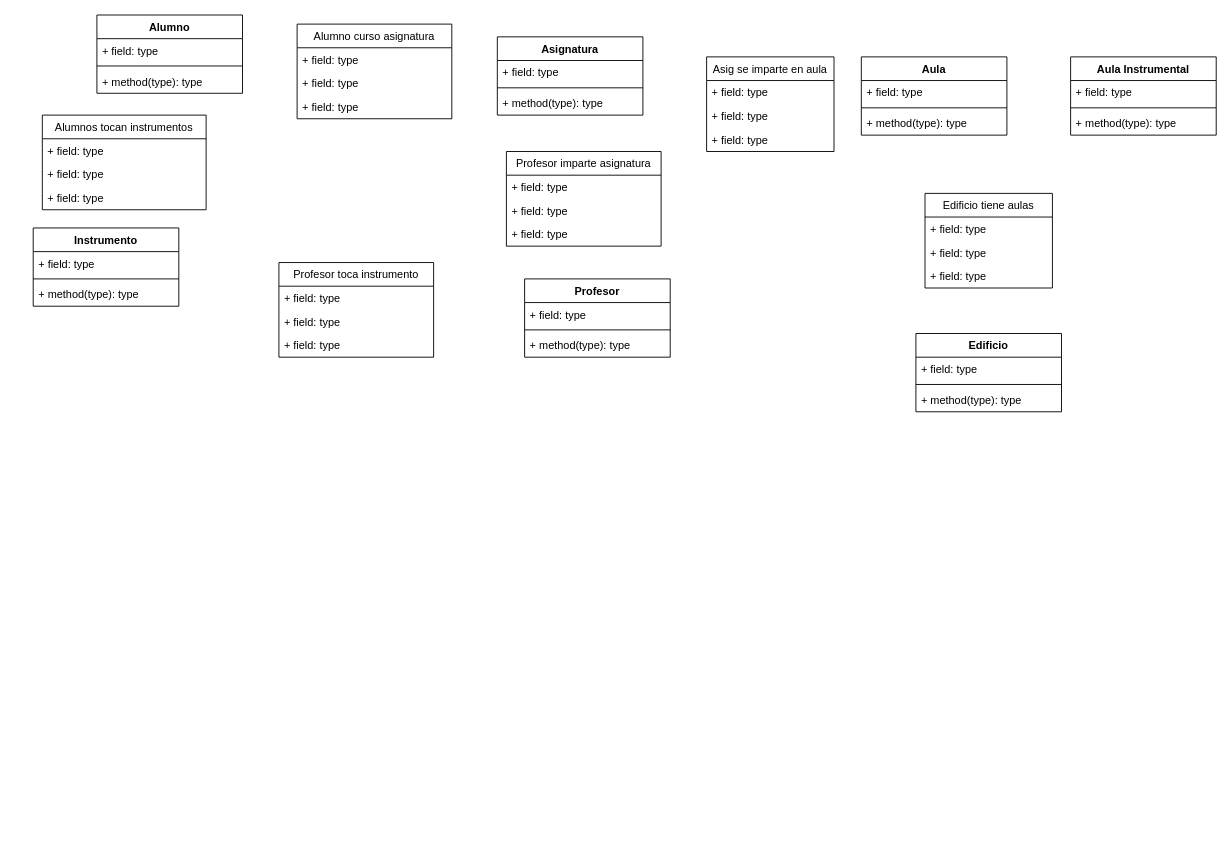
The draw.io diagram diagramas/conservatorio.drawio in Guzmansrz/lenguajeDeMarcas, before the edit. Source tidied: cells renumbered, new cells numbered last; positions are measured from the earlier drawing's top-left corner, leaving out a move shared by most shapes. Both pictures are drawn from the tidied source at 91%, with x=0, y=0 at pixel (33, 15).
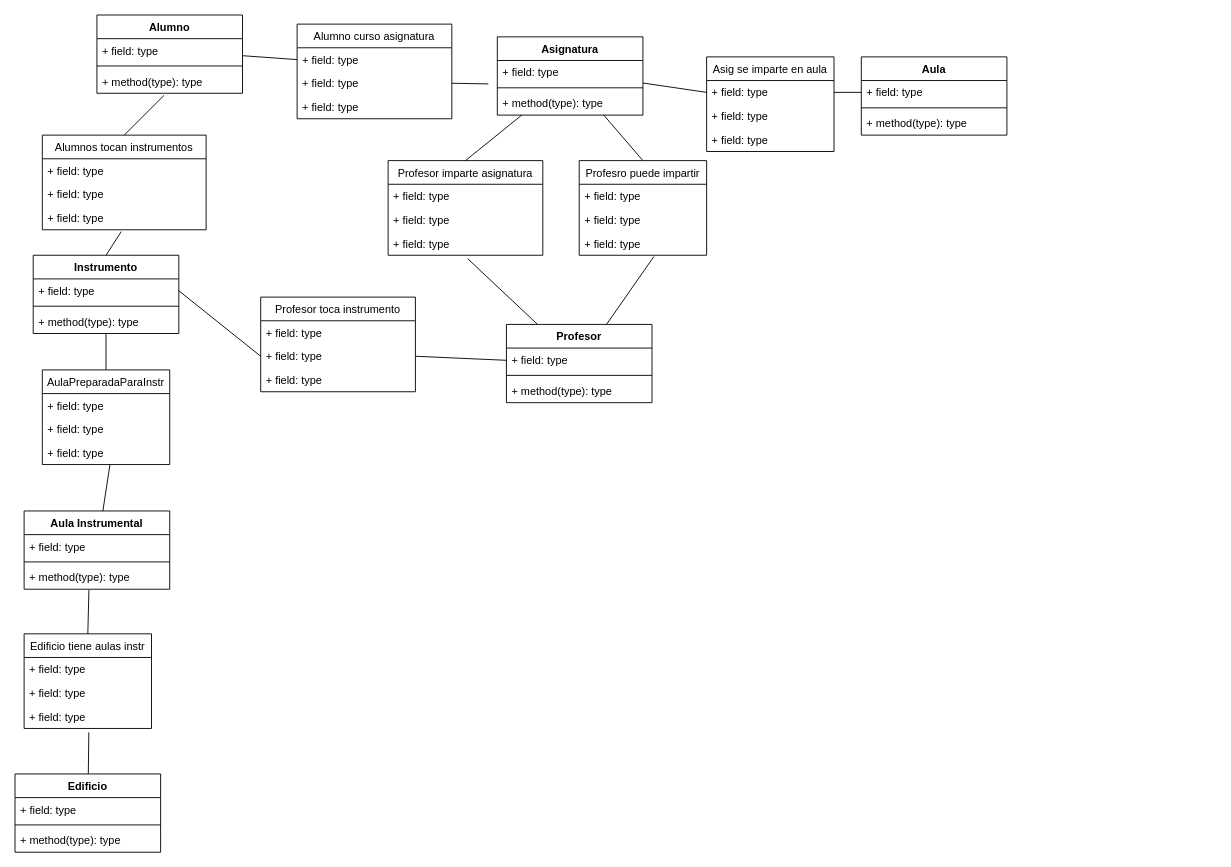
Above is the later version.

The change refers to these unchanged cells:
```xml
<mxCell id="3" value="+ field: type" style="text;strokeColor=none;fillColor=none;align=left;verticalAlign=top;spacingLeft=4;spacingRight=4;overflow=hidden;points=[[0,0.5],[1,0.5]];portConstraint=eastwest;" parent="2" vertex="1">
  <mxGeometry y="26" width="160" height="26" as="geometry" />
</mxCell>
<mxCell id="5" value="+ method(type): type" style="text;strokeColor=none;fillColor=none;align=left;verticalAlign=top;spacingLeft=4;spacingRight=4;overflow=hidden;points=[[0,0.5],[1,0.5]];portConstraint=eastwest;" parent="2" vertex="1">
  <mxGeometry y="60" width="160" height="26" as="geometry" />
</mxCell>
<mxCell id="7" value="+ field: type" style="text;strokeColor=none;fillColor=none;align=left;verticalAlign=top;spacingLeft=4;spacingRight=4;overflow=hidden;points=[[0,0.5],[1,0.5]];portConstraint=eastwest;" parent="6" vertex="1">
  <mxGeometry y="26" width="160" height="26" as="geometry" />
</mxCell>
<mxCell id="10" value="Asignatura" style="swimlane;fontStyle=1;align=center;verticalAlign=top;horizontal=1;startSize=26;" parent="1" vertex="1">
  <mxGeometry x="510" y="24" width="160" height="86" as="geometry" />
</mxCell>
<mxCell id="11" value="+ field: type" style="text;strokeColor=none;fillColor=none;align=left;verticalAlign=top;spacingLeft=4;spacingRight=4;overflow=hidden;points=[[0,0.5],[1,0.5]];portConstraint=eastwest;" parent="10" vertex="1">
  <mxGeometry y="26" width="160" height="26" as="geometry" />
</mxCell>
<mxCell id="19" value="+ field: type" style="text;strokeColor=none;fillColor=none;align=left;verticalAlign=top;spacingLeft=4;spacingRight=4;overflow=hidden;points=[[0,0.5],[1,0.5]];portConstraint=eastwest;" parent="18" vertex="1">
  <mxGeometry y="26" width="160" height="26" as="geometry" />
</mxCell>
<mxCell id="25" value="+ method(type): type" style="text;strokeColor=none;fillColor=none;align=left;verticalAlign=top;spacingLeft=4;spacingRight=4;overflow=hidden;points=[[0,0.5],[1,0.5]];portConstraint=eastwest;" parent="22" vertex="1">
  <mxGeometry y="60" width="160" height="26" as="geometry" />
</mxCell>
<mxCell id="33" value="+ field: type" style="text;strokeColor=none;fillColor=none;align=left;verticalAlign=top;spacingLeft=4;spacingRight=4;overflow=hidden;points=[[0,0.5],[1,0.5]];portConstraint=eastwest;" parent="30" vertex="1">
  <mxGeometry y="78" width="180" height="26" as="geometry" />
</mxCell>
<mxCell id="35" value="+ field: type" style="text;strokeColor=none;fillColor=none;align=left;verticalAlign=top;spacingLeft=4;spacingRight=4;overflow=hidden;points=[[0,0.5],[1,0.5]];portConstraint=eastwest;" parent="34" vertex="1">
  <mxGeometry y="26" width="170" height="26" as="geometry" />
</mxCell>
<mxCell id="36" value="+ field: type" style="text;strokeColor=none;fillColor=none;align=left;verticalAlign=top;spacingLeft=4;spacingRight=4;overflow=hidden;points=[[0,0.5],[1,0.5]];portConstraint=eastwest;" parent="34" vertex="1">
  <mxGeometry y="52" width="170" height="26" as="geometry" />
</mxCell>
<mxCell id="41" value="+ field: type" style="text;strokeColor=none;fillColor=none;align=left;verticalAlign=top;spacingLeft=4;spacingRight=4;overflow=hidden;points=[[0,0.5],[1,0.5]];portConstraint=eastwest;" parent="38" vertex="1">
  <mxGeometry y="78" width="170" height="26" as="geometry" />
</mxCell>
<mxCell id="44" value="+ field: type" style="text;strokeColor=none;fillColor=none;align=left;verticalAlign=top;spacingLeft=4;spacingRight=4;overflow=hidden;points=[[0,0.5],[1,0.5]];portConstraint=eastwest;" parent="42" vertex="1">
  <mxGeometry y="52" width="170" height="26" as="geometry" />
</mxCell>
<mxCell id="47" value="+ field: type" style="text;strokeColor=none;fillColor=none;align=left;verticalAlign=top;spacingLeft=4;spacingRight=4;overflow=hidden;points=[[0,0.5],[1,0.5]];portConstraint=eastwest;" parent="46" vertex="1">
  <mxGeometry y="26" width="140" height="26" as="geometry" />
</mxCell>
<mxCell id="53" value="+ field: type" style="text;strokeColor=none;fillColor=none;align=left;verticalAlign=top;spacingLeft=4;spacingRight=4;overflow=hidden;points=[[0,0.5],[1,0.5]];portConstraint=eastwest;" parent="50" vertex="1">
  <mxGeometry y="78" width="140" height="26" as="geometry" />
</mxCell>
```

Change to the diagram source:
```diff
@@
+    <mxCell id="54" style="edgeStyle=none;html=1;exitX=0.5;exitY=0;exitDx=0;exitDy=0;entryX=0.482;entryY=1.077;entryDx=0;entryDy=0;entryPerimeter=0;endArrow=none;endFill=0;" parent="1" edge="1" source="6" target="33">
+      <mxGeometry relative="1" as="geometry" />
+    </mxCell>
+    <mxCell id="55" style="edgeStyle=none;html=1;entryX=0.5;entryY=0;entryDx=0;entryDy=0;endArrow=none;endFill=0;" parent="1" edge="1" source="6" target="72">
+      <mxGeometry relative="1" as="geometry" />
+    </mxCell>
     <mxCell id="6" value="Instrumento" style="swimlane;fontStyle=1;align=center;verticalAlign=top;horizontal=1;startSize=26;" parent="1" vertex="1">
-      <mxGeometry y="234" width="160" height="86" as="geometry" />
+      <mxGeometry y="264" width="160" height="86" as="geometry" />
     </mxCell>
@@
+    <mxCell id="56" style="edgeStyle=none;html=1;entryX=0.5;entryY=0;entryDx=0;entryDy=0;endArrow=none;endFill=0;" parent="1" edge="1" source="10" target="65">
+      <mxGeometry relative="1" as="geometry" />
+    </mxCell>
+    <mxCell id="57" style="edgeStyle=none;html=1;entryX=0.5;entryY=0;entryDx=0;entryDy=0;endArrow=none;endFill=0;" parent="1" edge="1" source="10" target="38">
+      <mxGeometry relative="1" as="geometry" />
+    </mxCell>
@@
+    <mxCell id="58" style="edgeStyle=none;html=1;entryX=0.586;entryY=1.055;entryDx=0;entryDy=0;entryPerimeter=0;endArrow=none;endFill=0;" parent="1" edge="1" source="14" target="68">
+      <mxGeometry relative="1" as="geometry" />
+    </mxCell>
+    <mxCell id="59" style="edgeStyle=none;html=1;entryX=0.514;entryY=1.143;entryDx=0;entryDy=0;entryPerimeter=0;endArrow=none;endFill=0;" parent="1" edge="1" source="14" target="41">
+      <mxGeometry relative="1" as="geometry" />
+    </mxCell>
+    <mxCell id="60" style="edgeStyle=none;html=1;entryX=1;entryY=0.5;entryDx=0;entryDy=0;endArrow=none;endFill=0;" parent="1" edge="1" source="14" target="44">
+      <mxGeometry relative="1" as="geometry" />
+    </mxCell>
     <mxCell id="14" value="Profesor" style="swimlane;fontStyle=1;align=center;verticalAlign=top;horizontal=1;startSize=26;" parent="1" vertex="1">
-      <mxGeometry x="540" y="290" width="160" height="86" as="geometry" />
+      <mxGeometry x="520" y="340" width="160" height="86" as="geometry" />
     </mxCell>
@@
+    <mxCell id="61" style="edgeStyle=none;html=1;entryX=0.531;entryY=1;entryDx=0;entryDy=0;entryPerimeter=0;endArrow=none;endFill=0;" parent="1" edge="1" source="22" target="75">
+      <mxGeometry relative="1" as="geometry" />
+    </mxCell>
     <mxCell id="22" value="Aula Instrumental" style="swimlane;fontStyle=1;align=center;verticalAlign=top;horizontal=1;startSize=26;" parent="1" vertex="1">
-      <mxGeometry x="1140" y="46" width="160" height="86" as="geometry" />
+      <mxGeometry x="-10" y="545" width="160" height="86" as="geometry" />
     </mxCell>
@@
+    <mxCell id="62" style="edgeStyle=none;html=1;entryX=0.508;entryY=1.165;entryDx=0;entryDy=0;entryPerimeter=0;endArrow=none;endFill=0;" parent="1" edge="1" source="26" target="53">
+      <mxGeometry relative="1" as="geometry" />
+    </mxCell>
     <mxCell id="26" value="Edificio" style="swimlane;fontStyle=1;align=center;verticalAlign=top;horizontal=1;startSize=26;" parent="1" vertex="1">
-      <mxGeometry x="970" y="350" width="160" height="86" as="geometry" />
+      <mxGeometry x="-20" y="834" width="160" height="86" as="geometry" />
     </mxCell>
@@
+    <mxCell id="63" style="edgeStyle=none;html=1;exitX=0.5;exitY=0;exitDx=0;exitDy=0;entryX=0.461;entryY=1.088;entryDx=0;entryDy=0;entryPerimeter=0;endArrow=none;endFill=0;" parent="1" edge="1" source="30" target="5">
+      <mxGeometry relative="1" as="geometry" />
+    </mxCell>
     <mxCell id="30" value="Alumnos tocan instrumentos" style="swimlane;fontStyle=0;horizontal=1;startSize=26;fillColor=none;" parent="1" vertex="1">
-      <mxGeometry x="10" y="110" width="180" height="104" as="geometry" />
+      <mxGeometry x="10" y="132" width="180" height="104" as="geometry" />
     </mxCell>
@@
     <mxCell id="38" value="Profesor imparte asignatura" style="swimlane;fontStyle=0;horizontal=1;startSize=26;fillColor=none;" parent="1" vertex="1">
-      <mxGeometry x="520" y="150" width="170" height="104" as="geometry" />
+      <mxGeometry x="390" y="160" width="170" height="104" as="geometry" />
     </mxCell>
@@
     <mxCell id="42" value="Profesor toca instrumento" style="swimlane;fontStyle=0;horizontal=1;startSize=26;fillColor=none;" parent="1" vertex="1">
-      <mxGeometry x="270" y="272" width="170" height="104" as="geometry" />
+      <mxGeometry x="250" y="310" width="170" height="104" as="geometry" />
     </mxCell>
@@
+    <mxCell id="64" style="edgeStyle=none;html=1;exitX=0.5;exitY=0;exitDx=0;exitDy=0;entryX=0.445;entryY=1.033;entryDx=0;entryDy=0;entryPerimeter=0;endArrow=none;endFill=0;" parent="1" edge="1" source="50" target="25">
+      <mxGeometry relative="1" as="geometry" />
+    </mxCell>
-    <mxCell id="50" value="Edificio tiene aulas" style="swimlane;fontStyle=0;horizontal=1;startSize=26;fillColor=none;" parent="1" vertex="1">
-      <mxGeometry x="980" y="196" width="140" height="104" as="geometry" />
+    <mxCell id="50" value="Edificio tiene aulas instr" style="swimlane;fontStyle=0;horizontal=1;startSize=26;fillColor=none;" parent="1" vertex="1">
+      <mxGeometry x="-10" y="680" width="140" height="104" as="geometry" />
     </mxCell>
@@
+    <mxCell id="65" value="Profesro puede impartir" style="swimlane;fontStyle=0;horizontal=1;startSize=26;fillColor=none;" parent="1" vertex="1">
+      <mxGeometry x="600" y="160" width="140" height="104" as="geometry" />
+    </mxCell>
+    <mxCell id="66" value="+ field: type" style="text;strokeColor=none;fillColor=none;align=left;verticalAlign=top;spacingLeft=4;spacingRight=4;overflow=hidden;" parent="65" vertex="1">
+      <mxGeometry y="26" width="140" height="26" as="geometry" />
+    </mxCell>
+    <mxCell id="67" value="+ field: type" style="text;strokeColor=none;fillColor=none;align=left;verticalAlign=top;spacingLeft=4;spacingRight=4;overflow=hidden;" parent="65" vertex="1">
+      <mxGeometry y="52" width="140" height="26" as="geometry" />
+    </mxCell>
+    <mxCell id="68" value="+ field: type" style="text;strokeColor=none;fillColor=none;align=left;verticalAlign=top;spacingLeft=4;spacingRight=4;overflow=hidden;points=[[0,0.5],[1,0.5]];portConstraint=eastwest;" parent="65" vertex="1">
+      <mxGeometry y="78" width="140" height="26" as="geometry" />
+    </mxCell>
+    <mxCell id="69" style="edgeStyle=none;html=1;exitX=1;exitY=0.5;exitDx=0;exitDy=0;entryX=-0.062;entryY=0.989;entryDx=0;entryDy=0;entryPerimeter=0;endArrow=none;endFill=0;" parent="1" edge="1" source="36" target="11">
+      <mxGeometry relative="1" as="geometry" />
+    </mxCell>
+    <mxCell id="70" style="edgeStyle=none;html=1;entryX=0;entryY=0.5;entryDx=0;entryDy=0;endArrow=none;endFill=0;" parent="1" edge="1" source="11" target="47">
+      <mxGeometry relative="1" as="geometry" />
+    </mxCell>
+    <mxCell id="71" style="edgeStyle=none;html=1;exitX=1;exitY=0.5;exitDx=0;exitDy=0;entryX=0;entryY=0.5;entryDx=0;entryDy=0;endArrow=none;endFill=0;" parent="1" edge="1" source="47" target="19">
+      <mxGeometry relative="1" as="geometry" />
+    </mxCell>
+    <mxCell id="72" value="AulaPreparadaParaInstr" style="swimlane;fontStyle=0;horizontal=1;startSize=26;fillColor=none;" parent="1" vertex="1">
+      <mxGeometry x="10" y="390" width="140" height="104" as="geometry" />
+    </mxCell>
+    <mxCell id="73" value="+ field: type" style="text;strokeColor=none;fillColor=none;align=left;verticalAlign=top;spacingLeft=4;spacingRight=4;overflow=hidden;" parent="72" vertex="1">
+      <mxGeometry y="26" width="140" height="26" as="geometry" />
+    </mxCell>
+    <mxCell id="74" value="+ field: type" style="text;strokeColor=none;fillColor=none;align=left;verticalAlign=top;spacingLeft=4;spacingRight=4;overflow=hidden;" parent="72" vertex="1">
+      <mxGeometry y="52" width="140" height="26" as="geometry" />
+    </mxCell>
+    <mxCell id="75" value="+ field: type" style="text;strokeColor=none;fillColor=none;align=left;verticalAlign=top;spacingLeft=4;spacingRight=4;overflow=hidden;points=[[0,0.5],[1,0.5]];portConstraint=eastwest;" parent="72" vertex="1">
+      <mxGeometry y="78" width="140" height="26" as="geometry" />
+    </mxCell>
+    <mxCell id="76" style="edgeStyle=none;html=1;exitX=0;exitY=0.5;exitDx=0;exitDy=0;entryX=1;entryY=0.5;entryDx=0;entryDy=0;endArrow=none;endFill=0;" parent="1" edge="1" source="44" target="7">
+      <mxGeometry relative="1" as="geometry" />
+    </mxCell>
+    <mxCell id="77" style="edgeStyle=none;html=1;entryX=0;entryY=0.5;entryDx=0;entryDy=0;endArrow=none;endFill=0;" parent="1" edge="1" source="3" target="35">
+      <mxGeometry relative="1" as="geometry" />
+    </mxCell>
```
